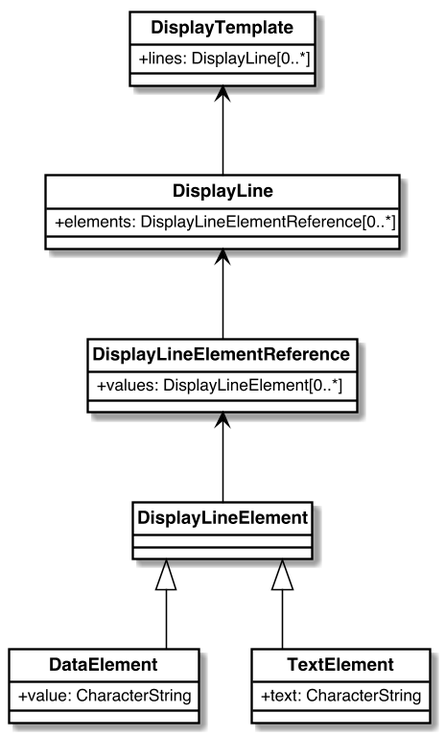
The PlantUML diagram sources/images/DisplayTemplate.png in CalConnect/csd-digital-addresses, before a commit. Source of this version:
```plantuml
@startuml


skinparam Dpi 150
skinparam Monochrome false
skinparam LineType ortho
hide circle
skinparam Default {
  TextAlignment center
  FontName Helvetica
}
skinparam Class {
  AttributeIconSize 0
  BackgroundColor White
  ArrowColor Black
  BorderColor Black
  FontStyle bold
  StereotypeFontSize 10
}
skinparam Rectangle {
  BackgroundColor White
  ArrowColor Black
  BorderColor Black
  FontStyle bold
  FontSize 11
  StereotypeFontSize 10
}
skinparam Object {
  BackgroundColor White
  ArrowColor Black
  BorderColor Black
  FontStyle bold
  FontSize 11
  StereotypeFontSize 10
}

skinparam Entity {
  StereotypeFontSize 10
}



class DisplayTemplate {
  +lines: DisplayLine[0..*]
}

class DisplayLine {
  +elements: DisplayLineElementReference[0..*]
}

class DisplayLineElementReference {
  +values: DisplayLineElement[0..*]
}

class DisplayLineElement{

}

class DataElement{
  +value: CharacterString
}

class TextElement{
  +text: CharacterString
}




TextElement -up-|> DisplayLineElement
DataElement -up-|> DisplayLineElement
DisplayLine -up-> DisplayTemplate
DisplayLineElementReference -up-> DisplayLine
DisplayLineElement -up-> DisplayLineElementReference
@enduml
```
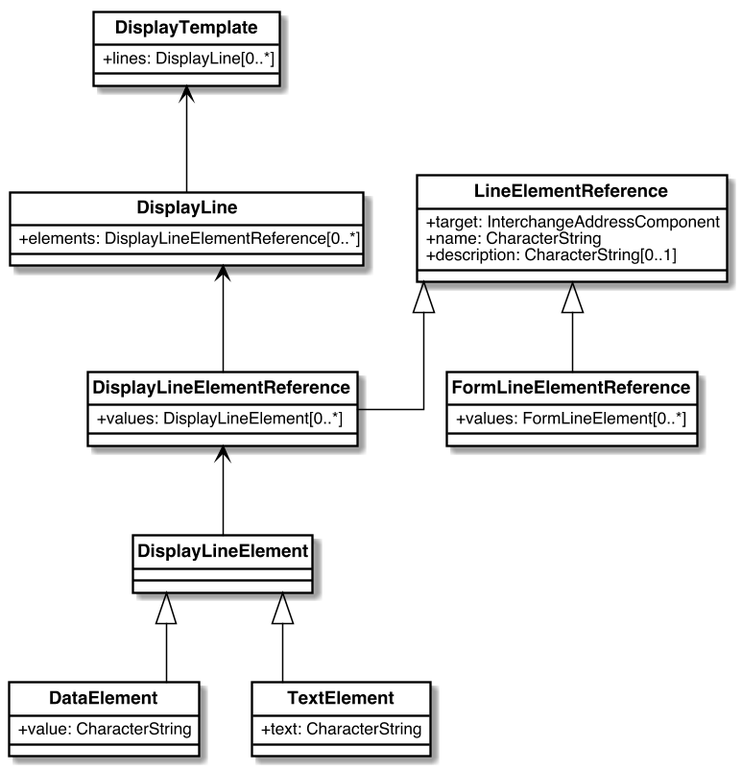
The same diagram one commit later.

What changed in the source:
```diff
@@ -40,16 +40,73 @@
 
 
 
+
+
+skinparam Dpi 150
+skinparam Monochrome false
+skinparam LineType ortho
+hide circle
+skinparam Default {
+  TextAlignment center
+  FontName Helvetica
+}
+skinparam Class {
+  AttributeIconSize 0
+  BackgroundColor White
+  ArrowColor Black
+  BorderColor Black
+  FontStyle bold
+  StereotypeFontSize 10
+}
+skinparam Rectangle {
+  BackgroundColor White
+  ArrowColor Black
+  BorderColor Black
+  FontStyle bold
+  FontSize 11
+  StereotypeFontSize 10
+}
+skinparam Object {
+  BackgroundColor White
+  ArrowColor Black
+  BorderColor Black
+  FontStyle bold
+  FontSize 11
+  StereotypeFontSize 10
+}
+
+skinparam Entity {
+  StereotypeFontSize 10
+}
+
+
+
+class LineElementReference {
+  +target: InterchangeAddressComponent
+  +name: CharacterString
+  +description: CharacterString[0..1]
+}
+
+class DisplayLineElementReference {
+  +values: DisplayLineElement[0..*]
+}
+
+class FormLineElementReference{
+  +values: FormLineElement[0..*]
+}
+
+
+
+LineElementReference <|-- DisplayLineElementReference
+LineElementReference <|-- FormLineElementReference
+
+
 class DisplayTemplate {
   +lines: DisplayLine[0..*]
 }
 
 class DisplayLine {
   +elements: DisplayLineElementReference[0..*]
-}
-
-class DisplayLineElementReference {
-  +values: DisplayLineElement[0..*]
 }
 
 class DisplayLineElement{
```
